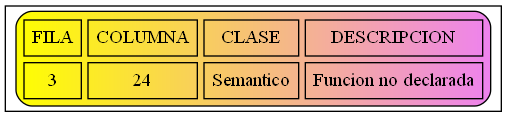
Above: Errores.png in JoseMore99/OLC2_P1_201701015 (Graphviz), before the change. Its source is kept beside it as Errores.dot.
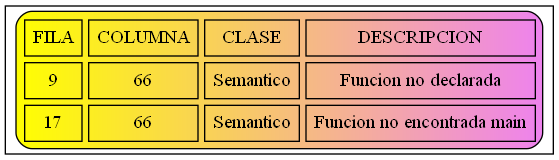
After the change.

Diff of the diagram source:
```diff
@@ -2,6 +2,7 @@
 node [shape=record];
 a0 [label=<<TABLE border="1" cellspacing="5" cellpadding="5" style="rounded" bgcolor="yellow:violet">
 "<TR><TD>FILA</TD><TD>COLUMNA</TD><TD>CLASE</TD><TD>DESCRIPCION</TD></TR>
-<TR><TD>3</TD><TD>24</TD><TD>Semantico</TD><TD>Funcion no declarada</TD></TR>
+<TR><TD>9</TD><TD>66</TD><TD>Semantico</TD><TD>Funcion no declarada</TD></TR>
+<TR><TD>17</TD><TD>66</TD><TD>Semantico</TD><TD>Funcion no encontrada main</TD></TR>
 </TABLE>>];
 }
```
